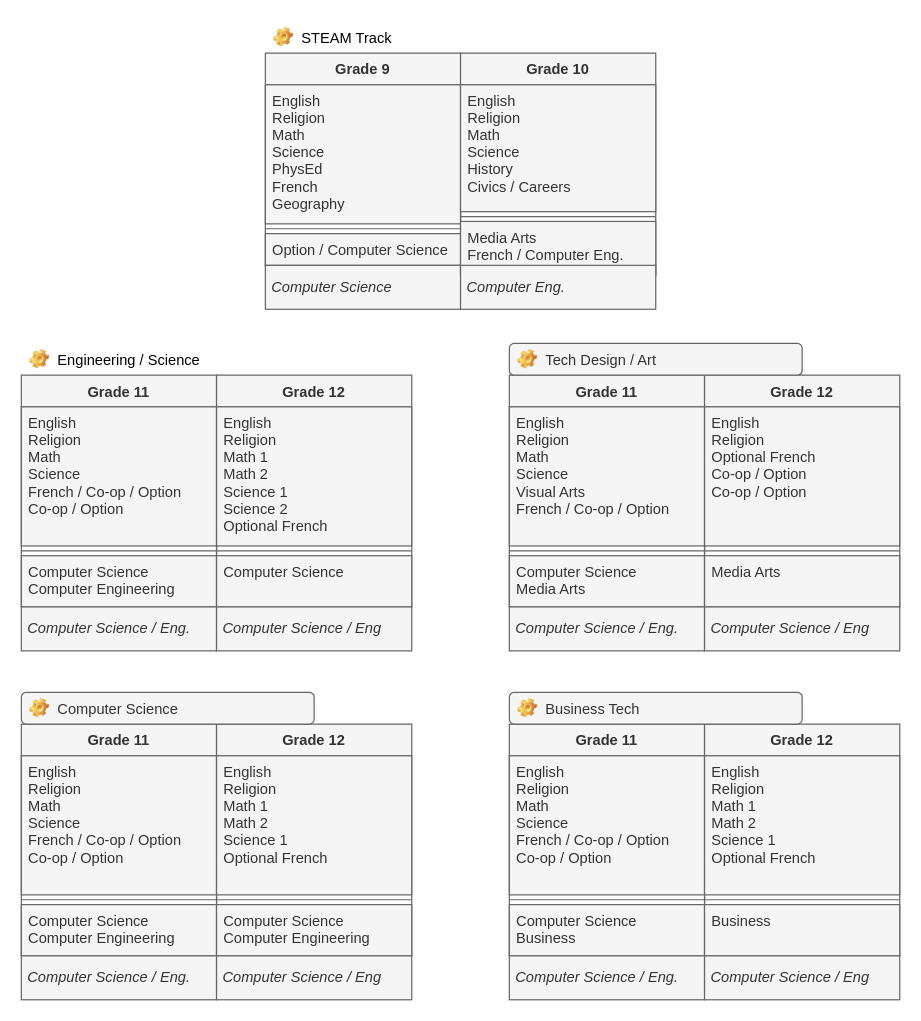
The draw.io diagram STEAM.drawio in Mr-Coxall/STEAM, before the edit. Source tidied: cells renumbered, new cells numbered last; positions are measured from the earlier drawing's top-left corner, leaving out a move shared by most shapes. Both pictures are drawn from the tidied source at 122%, with x=0, y=0 at pixel (21, 21).
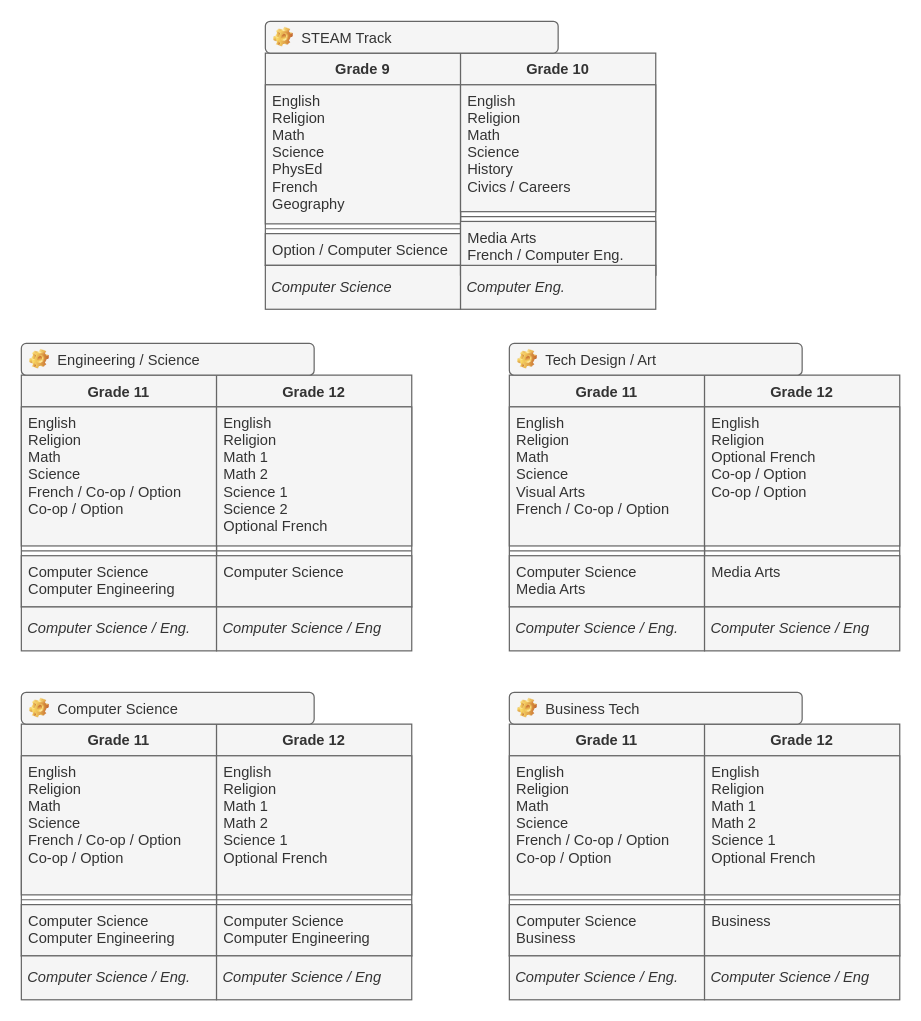
After the change.

The edit, as a diff of the source:
```diff
@@
-    <mxCell id="27" value="Engineering / Science" style="label;fontStyle=0;strokeColor=none;fillColor=none;align=left;verticalAlign=top;overflow=hidden;spacingLeft=28;spacingRight=4;imageWidth=16;imageHeight=16;image=img/clipart/Gear_128x128.png;" parent="1" vertex="1">
+    <mxCell id="27" value="Engineering / Science" style="label;fontStyle=0;strokeColor=#666666;fillColor=#f5f5f5;align=left;verticalAlign=top;overflow=hidden;spacingLeft=28;spacingRight=4;imageWidth=16;imageHeight=16;image=img/clipart/Gear_128x128.png;fontColor=#333333;" parent="1" vertex="1">
       <mxGeometry y="264" width="240" height="26" as="geometry" />
     </mxCell>
@@
-    <mxCell id="56" value="STEAM Track" style="label;fontStyle=0;strokeColor=none;fillColor=none;align=left;verticalAlign=top;overflow=hidden;spacingLeft=28;spacingRight=4;imageWidth=16;imageHeight=16;image=img/clipart/Gear_128x128.png;" parent="1" vertex="1">
+    <mxCell id="56" value="STEAM Track" style="label;fontStyle=0;strokeColor=#666666;fillColor=#f5f5f5;align=left;verticalAlign=top;overflow=hidden;spacingLeft=28;spacingRight=4;imageWidth=16;imageHeight=16;image=img/clipart/Gear_128x128.png;fontColor=#333333;" parent="1" vertex="1">
       <mxGeometry x="200" width="240" height="26" as="geometry" />
     </mxCell>
```
